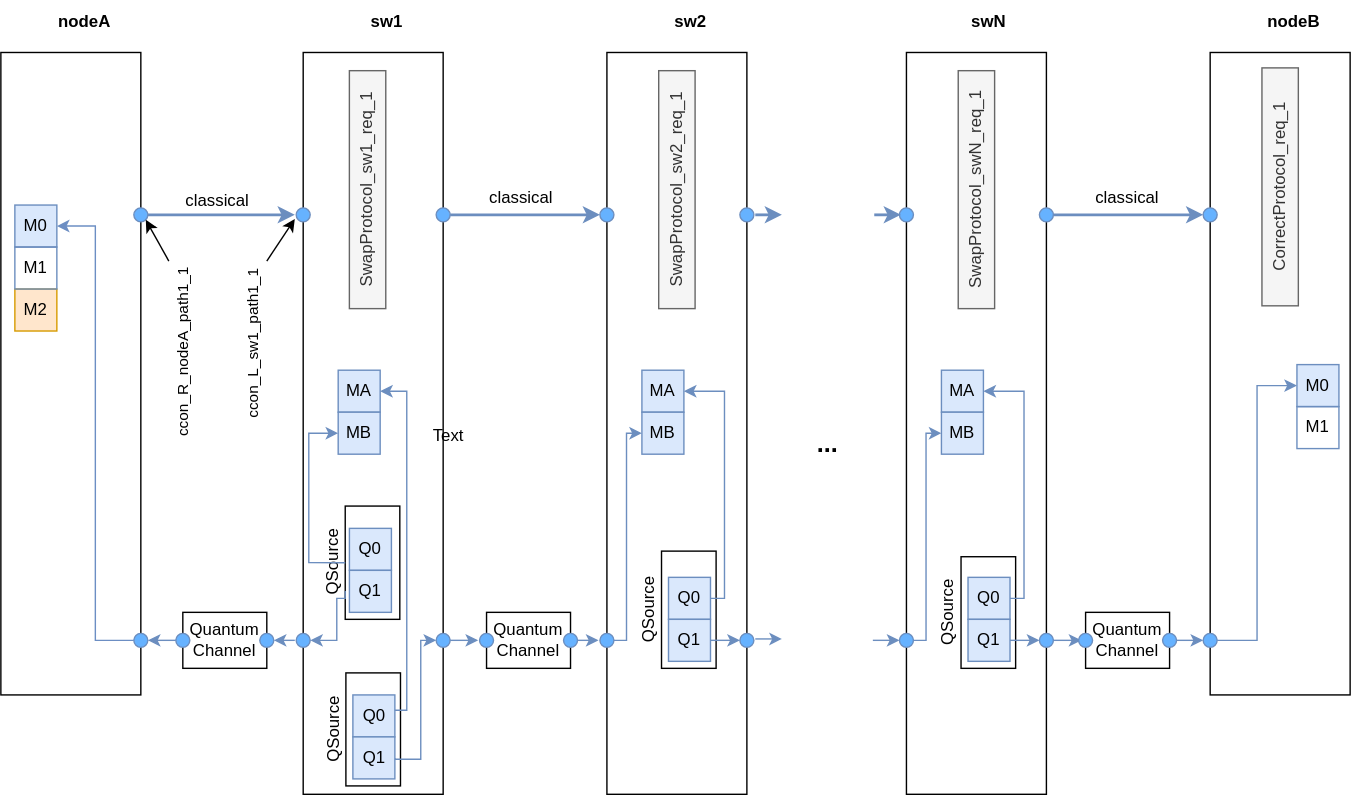
Earlier version of the draw.io export Diagramas/Red/tec-path_sin_distil.svg (davidpcuvigo/quantumcity). Source tidied: cells renumbered, new cells last; positions are measured from the earlier drawing's top-left corner, leaving out a move shared by most shapes.
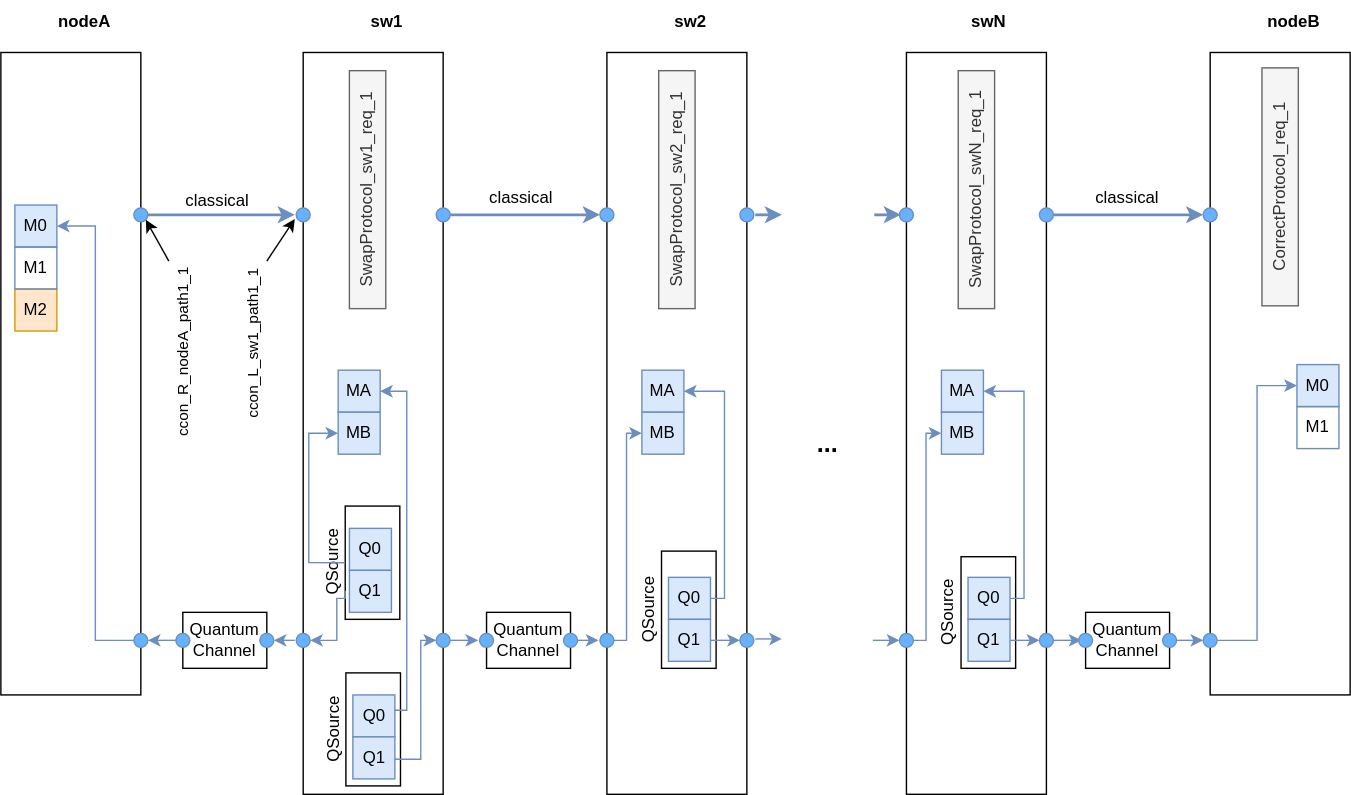
The same diagram one commit later.

Diff of the diagram source:
```diff
@@ -328,9 +328,6 @@
         <mxPoint x="210" y="156" as="targetPoint" />
       </mxGeometry>
     </mxCell>
-    <mxCell id="91" value="Text" style="text;html=1;align=center;verticalAlign=middle;whiteSpace=wrap;rounded=0;" parent="1" vertex="1">
-      <mxGeometry x="290" y="296" width="60" height="30" as="geometry" />
-    </mxCell>
     <mxCell id="92" value="SwapProtocol_sw1_req_1" style="rounded=0;whiteSpace=wrap;html=1;rotation=-90;fillColor=#f5f5f5;fontColor=#333333;strokeColor=#666666;" parent="1" vertex="1">
       <mxGeometry x="177" y="122" width="170" height="26" as="geometry" />
     </mxCell>
```
